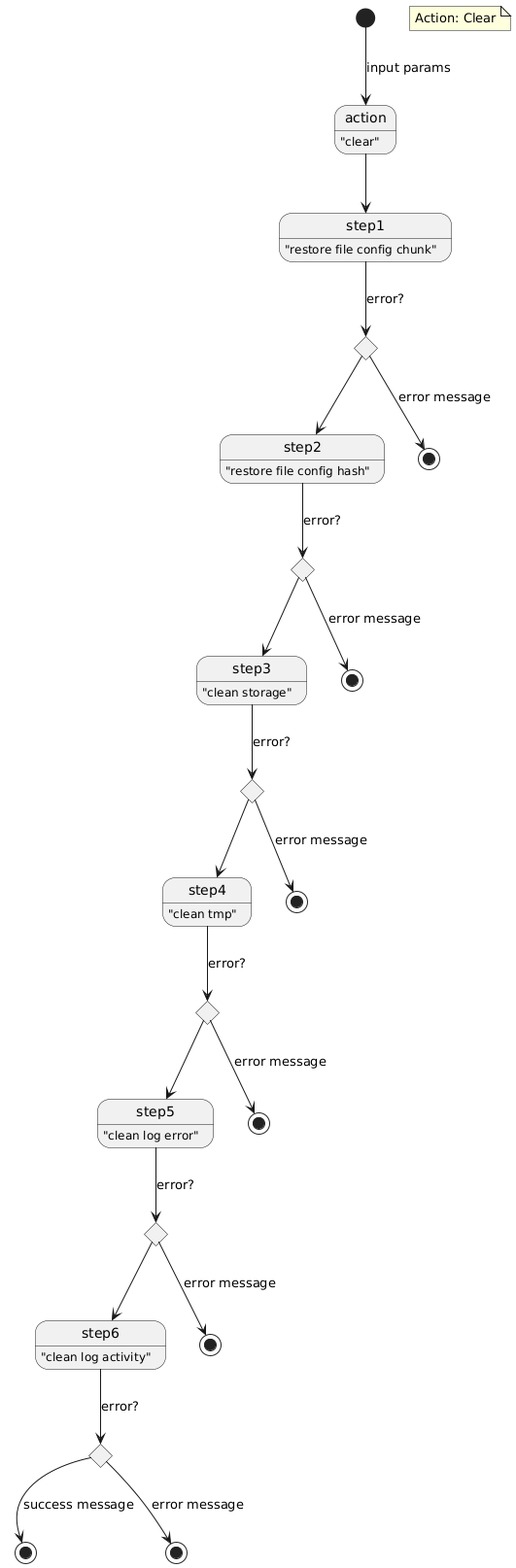
This is out_application/doc/state-action-clear.png from psaraiva/lab-go-chunk, a PlantUML export, as it was before one commit. Source of this version:
```plantuml
@startuml
state action : "clear"
state "step1" as s1: "restore file config chunk"
note "Action: Clear" as n1
state "step2" as s2: "restore file config hash"
state "step3" as s3: "clean storage"
state "step4" as s4: "clean tmp"
state "step5" as s5: "clean log error"
state "step6" as s6: "clean log activity"
state "end" as e0 <<end>>
state "end" as e1 <<end>>
state "end" as e2 <<end>>
state "end" as e3 <<end>>
state "end" as e4 <<end>>
state "end" as e5 <<end>>
state "end" as e6 <<end>>
state "choice" as c1 <<choice>>
state "choice" as c2 <<choice>>
state "choice" as c3 <<choice>>
state "choice" as c4 <<choice>>
state "choice" as c5 <<choice>>
state "choice" as c6 <<choice>>

[*] --> action : input params
action --> s1
s1 --> c1: error?
c1 --> e1: error message
c1 --> s2

s2 --> c2: error?
c2 --> e2: error message
c2 --> s3

s3 --> c3: error?
c3 --> e3: error message
c3 --> s4

s4 --> c4: error?
c4 --> e4: error message
c4 --> s5

s5 --> c5: error?
c5 --> e5: error message
c5 --> s6

s6 --> c6: error?
c6 --> e6: error message
c6 --> e0: success message

@enduml
```
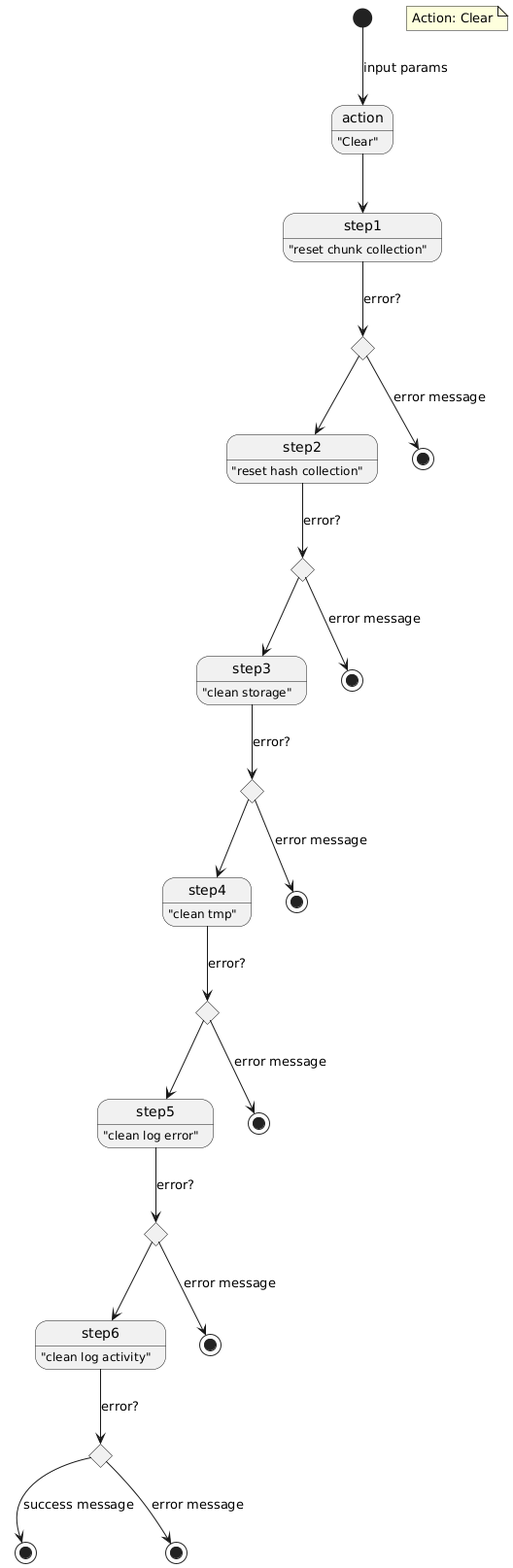
After the commit.

What changed in the source:
```diff
@@ -1,8 +1,8 @@
 @startuml
-state action : "clear"
-state "step1" as s1: "restore file config chunk"
+state action : "Clear"
+state "step1" as s1: "reset chunk collection"
 note "Action: Clear" as n1
-state "step2" as s2: "restore file config hash"
+state "step2" as s2: "reset hash collection"
 state "step3" as s3: "clean storage"
 state "step4" as s4: "clean tmp"
 state "step5" as s5: "clean log error"
```
